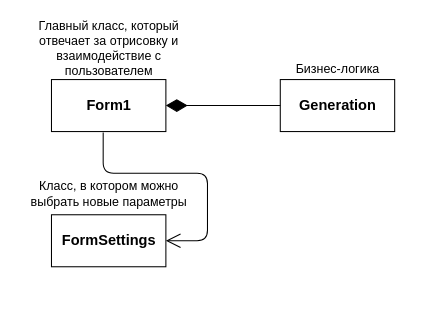
The draw.io diagram Tseplyaev/GameOfLife.drawio in ivtipm/oop-lab5-TseplyaevAF, before the edit. Source tidied: cells renumbered, new cells numbered last; positions are measured from the earlier drawing's top-left corner, leaving out a move shared by most shapes. Both pictures are drawn from the tidied source at 104%, with x=0, y=0 at pixel (18, 37).
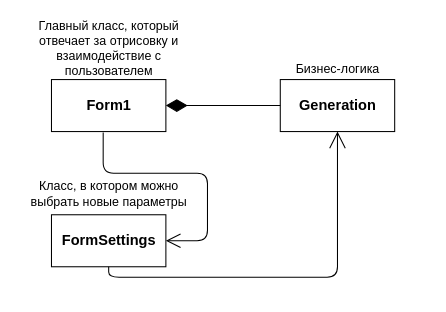
The same page after the edit.

Commit message (it also covers changes not shown here):
fix UML diagram

Diff of the diagram source:
```diff
@@
 <mxGraphModel>
   <root>
     <mxCell id="0" />
     <mxCell id="1" parent="0" />
     <mxCell id="2" value="&lt;b&gt;&lt;font style=&quot;font-size: 14px&quot;&gt;Form1&lt;/font&gt;&lt;/b&gt;" style="html=1;" parent="1" vertex="1">
       <mxGeometry x="32" y="40" width="110" height="50" as="geometry" />
     </mxCell>
     <mxCell id="3" value="&lt;b&gt;&lt;font style=&quot;font-size: 14px&quot;&gt;Generation&lt;br&gt;&lt;/font&gt;&lt;/b&gt;" style="html=1;" parent="1" vertex="1">
       <mxGeometry x="252" y="40" width="110" height="50" as="geometry" />
     </mxCell>
     <mxCell id="4" style="endArrow=none;html=1;endSize=15;startArrow=diamondThin;startSize=18;startFill=1;edgeStyle=orthogonalEdgeStyle;align=left;verticalAlign=bottom;exitX=1;exitY=0.5;exitDx=0;exitDy=0;entryX=0;entryY=0.5;entryDx=0;entryDy=0;endFill=0;" parent="1" edge="1" source="2" target="3">
       <mxGeometry x="0.82" y="81" relative="1" as="geometry">
         <Array as="points">
           <mxPoint x="242" y="65" />
           <mxPoint x="242" y="65" />
         </Array>
         <mxPoint x="-80" y="66" as="offset" />
       </mxGeometry>
     </mxCell>
     <mxCell id="5" value="&lt;b&gt;&lt;font style=&quot;font-size: 14px&quot;&gt;FormSettings&lt;br&gt;&lt;/font&gt;&lt;/b&gt;" style="html=1;" parent="1" vertex="1">
       <mxGeometry x="32" y="170" width="110" height="50" as="geometry" />
     </mxCell>
     <mxCell id="6" value="Бизнес-логика" style="text;html=1;strokeColor=none;fillColor=none;align=center;verticalAlign=middle;whiteSpace=wrap;rounded=0;" parent="1" vertex="1">
       <mxGeometry x="219.5" y="20" width="175" height="20" as="geometry" />
     </mxCell>
     <mxCell id="7" value="Главный класс, который отвечает за отрисовку и взаимодействие с пользователем" style="text;html=1;strokeColor=none;fillColor=none;align=center;verticalAlign=middle;whiteSpace=wrap;rounded=0;" parent="1" vertex="1">
       <mxGeometry x="-0.5" width="175" height="20" as="geometry" />
     </mxCell>
     <mxCell id="8" value="Класс, в котором можно выбрать новые параметры" style="text;html=1;strokeColor=none;fillColor=none;align=center;verticalAlign=middle;whiteSpace=wrap;rounded=0;" parent="1" vertex="1">
       <mxGeometry x="-0.5" y="140" width="175" height="20" as="geometry" />
     </mxCell>
     <mxCell id="9" style="endArrow=open;html=1;edgeStyle=orthogonalEdgeStyle;strokeWidth=1;exitX=0.452;exitY=1.02;exitDx=0;exitDy=0;exitPerimeter=0;entryX=1;entryY=0.5;entryDx=0;entryDy=0;endFill=0;endSize=12;" parent="1" edge="1" source="2" target="5">
       <mxGeometry relative="1" as="geometry">
         <Array as="points">
           <mxPoint x="82" y="130" />
           <mxPoint x="182" y="130" />
           <mxPoint x="182" y="195" />
         </Array>
       </mxGeometry>
     </mxCell>
+    <mxCell id="10" style="endArrow=open;html=1;edgeStyle=orthogonalEdgeStyle;exitX=0.5;exitY=1;exitDx=0;exitDy=0;entryX=0.5;entryY=1;entryDx=0;entryDy=0;startSize=13;endFill=0;endSize=14;" parent="1" edge="1" source="5" target="3">
+      <mxGeometry relative="1" as="geometry" />
+    </mxCell>
   </root>
 </mxGraphModel>
```
